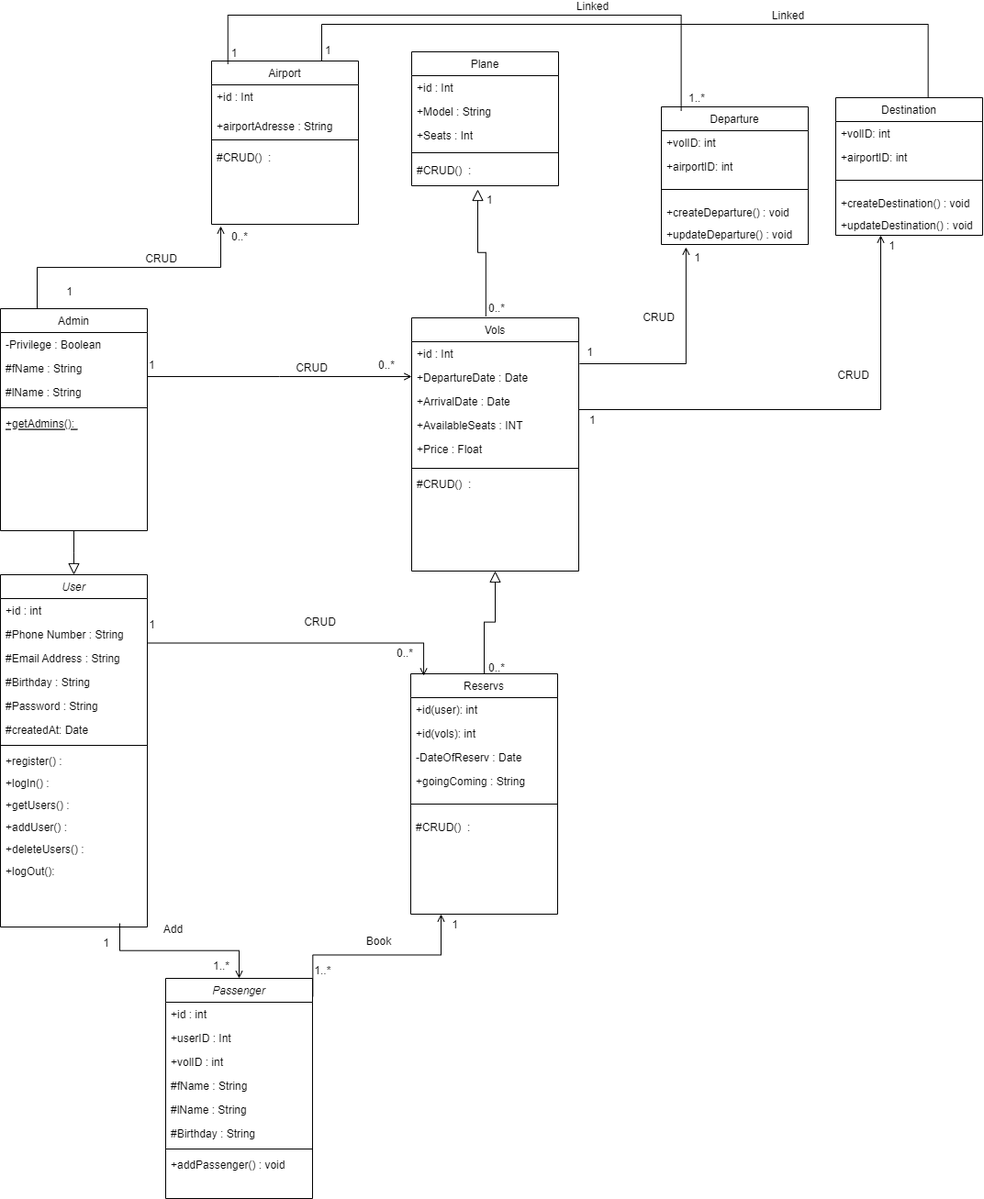
Above: UML Conception/class diagram.png in mehdilagdimi/Flight-Resevation-Platform (draw.io), before the change. Source tidied: cells renumbered, new cells last; positions are measured from the earlier drawing's top-left corner, leaving out a move shared by most shapes.
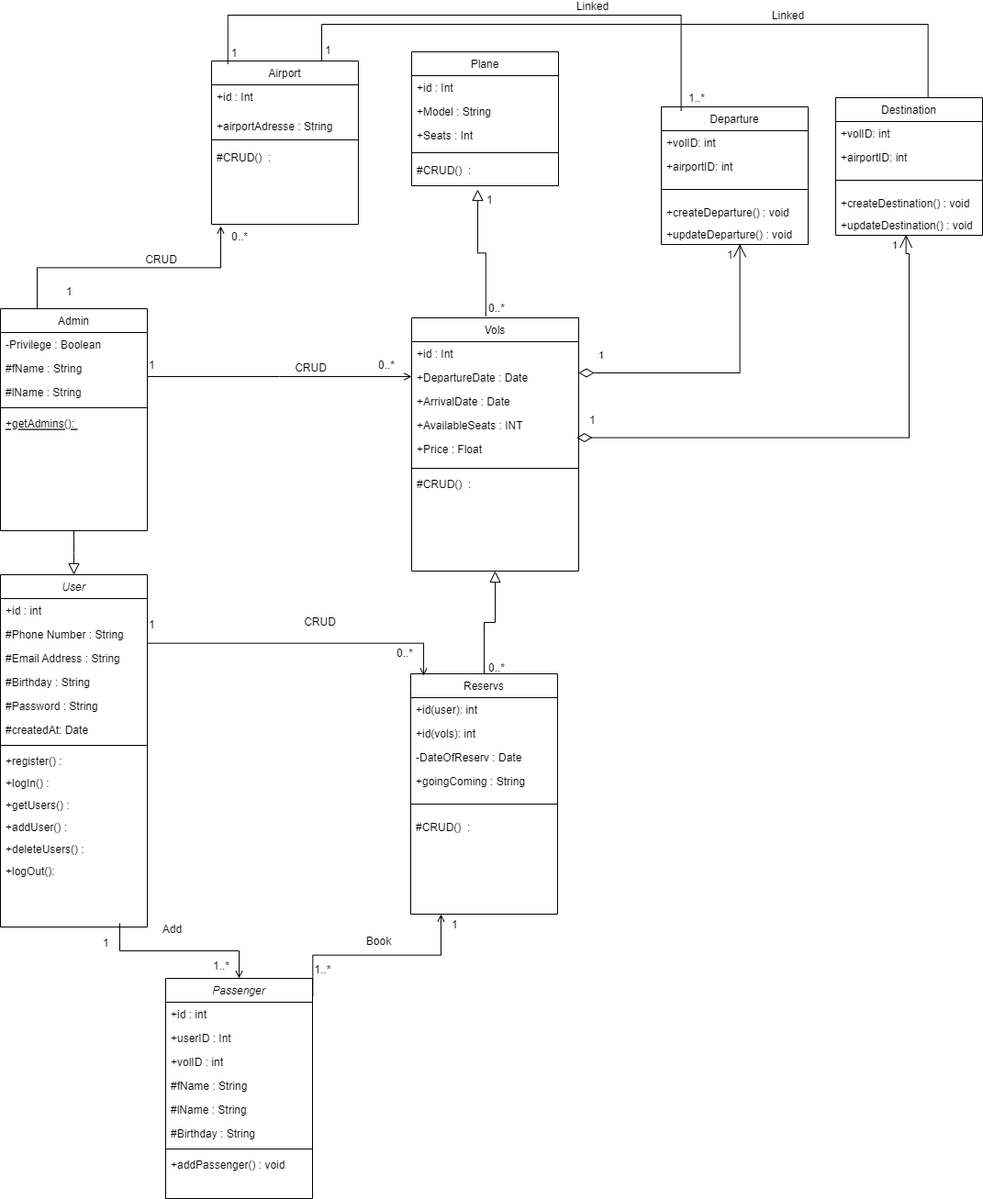
The same file after the commit.

Change to the diagram source:
```diff
@@ -372,50 +372,30 @@
         <mxPoint x="-38" y="40" as="offset" />
       </mxGeometry>
     </mxCell>
-    <mxCell id="103" style="endArrow=open;shadow=0;strokeWidth=1;rounded=0;endFill=1;edgeStyle=elbowEdgeStyle;elbow=vertical;exitX=1.005;exitY=-0.077;exitDx=0;exitDy=0;exitPerimeter=0;entryX=0.168;entryY=1.127;entryDx=0;entryDy=0;entryPerimeter=0;" parent="1" edge="1" source="32" target="77">
-      <mxGeometry x="0.5" y="41" relative="1" as="geometry">
-        <Array as="points">
-          <mxPoint x="820" y="380" />
-          <mxPoint x="680" y="330" />
-        </Array>
-        <mxPoint x="-40" y="32" as="offset" />
-      </mxGeometry>
-    </mxCell>
-    <mxCell id="104" value="1" style="align=right;verticalAlign=bottom;labelBackgroundColor=none;fontSize=12;" parent="103" vertex="1">
-      <mxGeometry x="1" relative="1" as="geometry">
-        <mxPoint x="17" y="20" as="offset" />
-      </mxGeometry>
-    </mxCell>
-    <mxCell id="105" value="CRUD" style="text;html=1;align=center;verticalAlign=middle;labelBackgroundColor=none;rounded=0;shadow=0;strokeWidth=1;fontSize=12;" parent="103" vertex="1">
-      <mxGeometry x="0.5" y="49" relative="1" as="geometry">
-        <mxPoint x="19" y="15" as="offset" />
-      </mxGeometry>
-    </mxCell>
-    <mxCell id="106" value="1" style="align=right;verticalAlign=bottom;labelBackgroundColor=none;fontSize=12;" parent="1" vertex="1">
+    <mxCell id="106" style="align=right;verticalAlign=bottom;labelBackgroundColor=none;fontSize=12;" parent="1" vertex="1">
       <mxGeometry x="777" y="269.9" as="geometry">
         <mxPoint x="-130" y="106" as="offset" />
       </mxGeometry>
     </mxCell>
-    <mxCell id="107" style="endArrow=open;shadow=0;strokeWidth=1;rounded=0;endFill=1;edgeStyle=elbowEdgeStyle;elbow=vertical;" parent="1" edge="1">
-      <mxGeometry x="0.5" y="41" relative="1" as="geometry">
-        <mxPoint x="630" y="400" as="sourcePoint" />
-        <mxPoint x="959" y="240" as="targetPoint" />
-        <Array as="points">
-          <mxPoint x="790" y="430" />
-          <mxPoint x="889.1" y="340" />
-        </Array>
-        <mxPoint x="-40" y="32" as="offset" />
-      </mxGeometry>
-    </mxCell>
-    <mxCell id="108" value="1" style="align=right;verticalAlign=bottom;labelBackgroundColor=none;fontSize=12;" parent="107" vertex="1">
-      <mxGeometry x="1" relative="1" as="geometry">
-        <mxPoint x="17" y="20" as="offset" />
-      </mxGeometry>
-    </mxCell>
-    <mxCell id="109" value="CRUD" style="text;html=1;align=center;verticalAlign=middle;labelBackgroundColor=none;rounded=0;shadow=0;strokeWidth=1;fontSize=12;" parent="107" vertex="1">
-      <mxGeometry x="0.5" y="49" relative="1" as="geometry">
-        <mxPoint x="19" y="15" as="offset" />
-      </mxGeometry>
-    </mxCell>
+    <mxCell id="110" value="1" style="endArrow=open;html=1;endSize=12;startArrow=diamondThin;startSize=14;startFill=0;edgeStyle=orthogonalEdgeStyle;align=left;verticalAlign=bottom;rounded=0;entryX=0.535;entryY=0.986;entryDx=0;entryDy=0;entryPerimeter=0;" parent="1" edge="1" target="77">
+      <mxGeometry x="-0.87" y="10" relative="1" as="geometry">
+        <mxPoint x="630" y="390" as="sourcePoint" />
+        <Array as="points">
+          <mxPoint x="806" y="390" />
+        </Array>
+      </mxGeometry>
+    </mxCell>
+    <mxCell id="111" value="1" style="endArrow=open;html=1;endSize=12;startArrow=diamondThin;startSize=14;startFill=0;edgeStyle=orthogonalEdgeStyle;align=left;verticalAlign=bottom;rounded=0;entryX=0.479;entryY=0.975;entryDx=0;entryDy=0;entryPerimeter=0;exitX=0.988;exitY=0.02;exitDx=0;exitDy=0;exitPerimeter=0;" parent="1" edge="1" source="35" target="83">
+      <mxGeometry x="0.93" y="17" relative="1" as="geometry">
+        <Array as="points">
+          <mxPoint x="990" y="461" />
+          <mxPoint x="990" y="260" />
+          <mxPoint x="987" y="260" />
+        </Array>
+      </mxGeometry>
+    </mxCell>
+    <mxCell id="112" value="1" style="html=1;align=left;verticalAlign=bottom;" parent="1" vertex="1">
+      <mxGeometry x="790" y="269.9" as="geometry" />
+    </mxCell>
   </root>
 </mxGraphModel>
```
